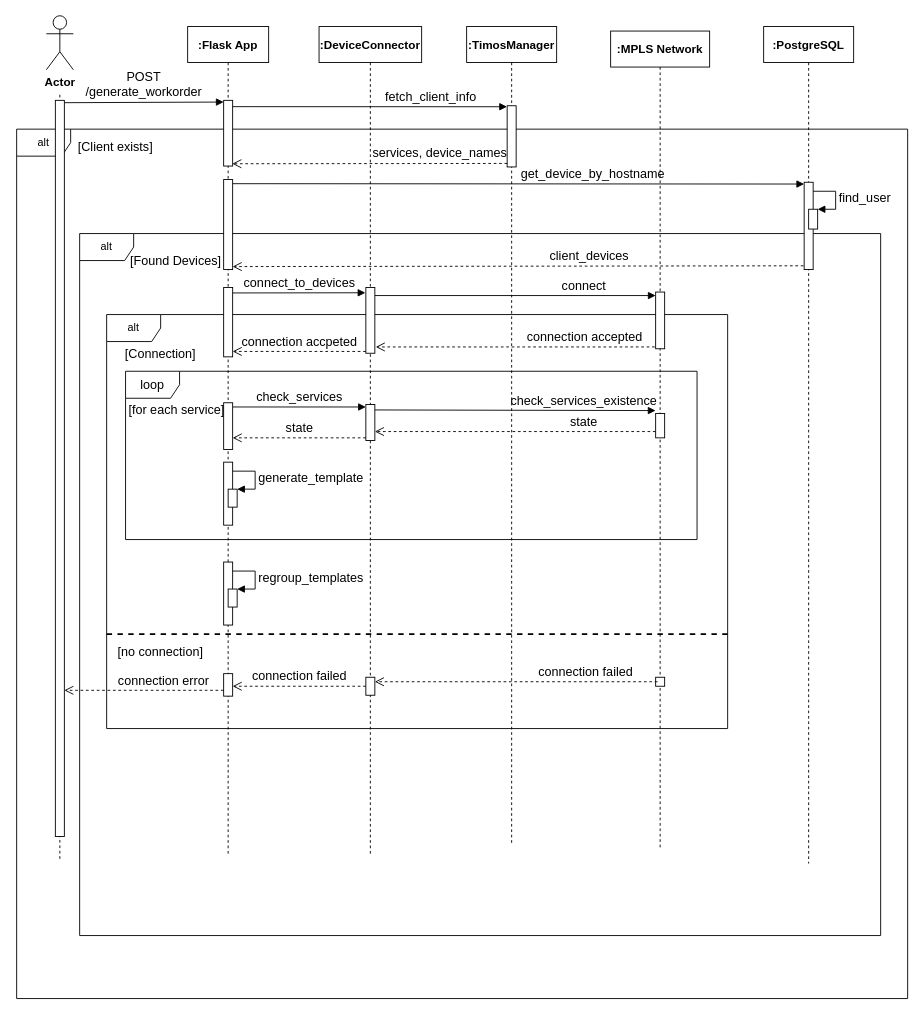
Before: sequence_generate_workorder.drawio in DrXneaky/Diagram, a draw.io diagram. Source tidied: cells renumbered, new cells numbered last; positions are measured from the earlier drawing's top-left corner, leaving out a move shared by most shapes. Both pictures are drawn from the tidied source at 90%, with x=0, y=0 at pixel (16, 15).
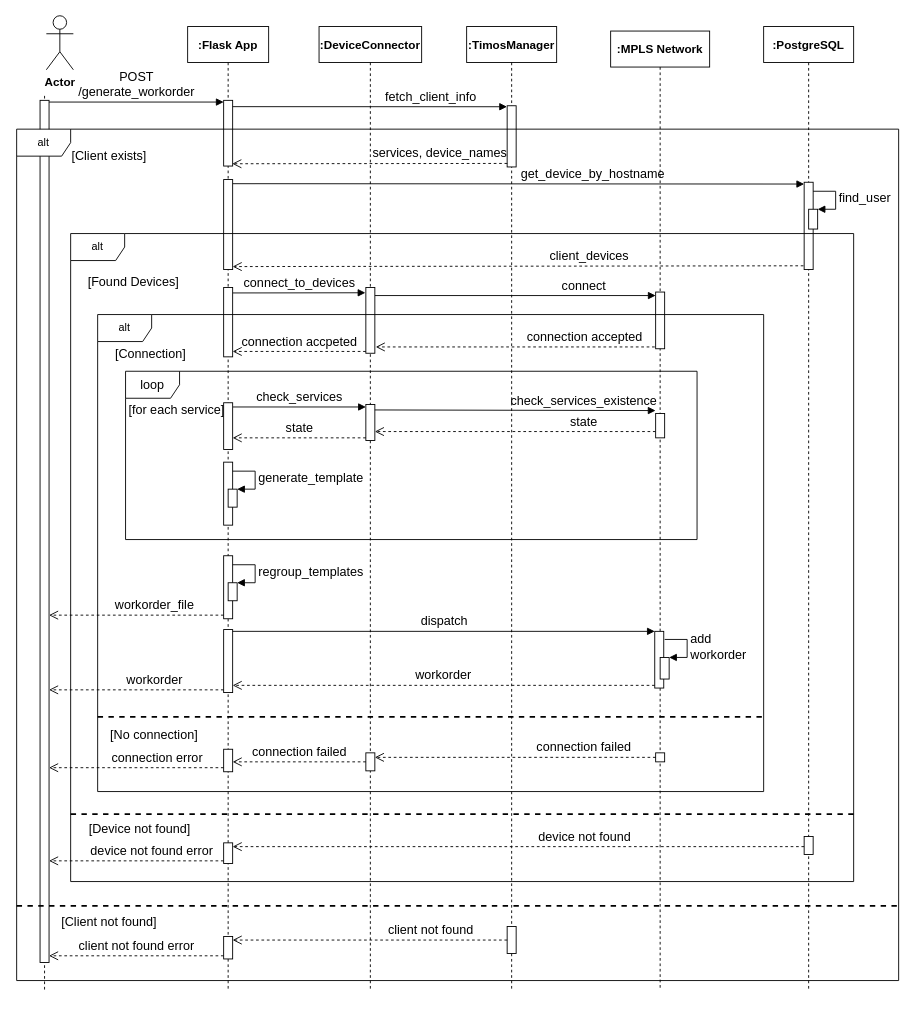
Above is the later version.

Change to the diagram source:
```diff
@@
-    <mxCell id="2" value="alt" style="shape=umlFrame;whiteSpace=wrap;html=1;" parent="1" vertex="1">
-      <mxGeometry y="126" width="990" height="966" as="geometry" />
-    </mxCell>
-    <mxCell id="3" value="alt" style="shape=umlFrame;whiteSpace=wrap;html=1;" parent="1" vertex="1">
-      <mxGeometry x="70" y="242" width="890" height="780" as="geometry" />
-    </mxCell>
-    <mxCell id="4" value="alt" style="shape=umlFrame;whiteSpace=wrap;html=1;" parent="1" vertex="1">
-      <mxGeometry x="100" y="332" width="690" height="460" as="geometry" />
-    </mxCell>
     <mxCell id="5" style="endArrow=none;dashed=1;html=1;" parent="1" edge="1">
       <mxGeometry relative="1" as="geometry">
-        <mxPoint x="48" y="936.8" as="sourcePoint" />
-        <mxPoint x="48" y="87" as="targetPoint" />
+        <mxPoint x="31" y="1082" as="sourcePoint" />
+        <mxPoint x="31" y="87" as="targetPoint" />
         <Array as="points">
-          <mxPoint x="48" y="177" />
+          <mxPoint x="31" y="177" />
         </Array>
       </mxGeometry>
     </mxCell>
     <mxCell id="6" value="&lt;font style=&quot;font-size: 13px&quot; face=&quot;Old Standard TT&quot;&gt;&lt;b&gt;:DeviceConnector&lt;/b&gt;&lt;/font&gt;" style="shape=umlLifeline;perimeter=lifelinePerimeter;whiteSpace=wrap;html=1;" parent="1" vertex="1">
-      <mxGeometry x="336" y="12" width="114" height="920" as="geometry" />
+      <mxGeometry x="336" y="12" width="114" height="1070" as="geometry" />
     </mxCell>
@@
     <mxCell id="15" style="html=1;points=[];perimeter=orthogonalPerimeter;strokeWidth=1;fontFamily=Old Standard TT;fontSize=14;" parent="6" vertex="1">
-      <mxGeometry x="52" y="723" width="10" height="20" as="geometry" />
+      <mxGeometry x="52" y="807" width="10" height="20" as="geometry" />
     </mxCell>
     <mxCell id="16" value="&lt;font face=&quot;Old Standard TT&quot; size=&quot;1&quot;&gt;&lt;b style=&quot;font-size: 13px&quot;&gt;:PostgreSQL&lt;/b&gt;&lt;/font&gt;" style="shape=umlLifeline;perimeter=lifelinePerimeter;whiteSpace=wrap;html=1;" parent="1" vertex="1">
-      <mxGeometry x="830" y="12" width="100" height="930" as="geometry" />
+      <mxGeometry x="830" y="12" width="100" height="1070" as="geometry" />
     </mxCell>
@@
+    <mxCell id="57" style="html=1;perimeter=orthogonalPerimeter;strokeWidth=1;fontFamily=Old Standard TT;fontSize=14;" parent="16" vertex="1">
+      <mxGeometry x="45" y="900" width="10" height="20" as="geometry" />
+    </mxCell>
@@
     <mxCell id="19" value="&lt;font face=&quot;Old Standard TT&quot; style=&quot;font-size: 13px&quot;&gt;&lt;b&gt;:TimosManager&lt;/b&gt;&lt;/font&gt;" style="shape=umlLifeline;perimeter=lifelinePerimeter;whiteSpace=wrap;html=1;" parent="1" vertex="1">
-      <mxGeometry x="500" y="12" width="100" height="910" as="geometry" />
+      <mxGeometry x="500" y="12" width="100" height="1070" as="geometry" />
     </mxCell>
@@
+    <mxCell id="58" style="html=1;points=[];perimeter=orthogonalPerimeter;strokeWidth=1;fontFamily=Old Standard TT;fontSize=14;" parent="19" vertex="1">
+      <mxGeometry x="45" y="1000" width="10" height="30" as="geometry" />
+    </mxCell>
     <mxCell id="21" value="&lt;font face=&quot;Old Standard TT&quot; size=&quot;1&quot;&gt;&lt;b style=&quot;font-size: 13px&quot;&gt;:MPLS Network&lt;/b&gt;&lt;/font&gt;" style="shape=umlLifeline;perimeter=lifelinePerimeter;whiteSpace=wrap;html=1;" parent="1" vertex="1">
-      <mxGeometry x="660" y="17" width="110" height="910" as="geometry" />
+      <mxGeometry x="660" y="17" width="110" height="1065" as="geometry" />
     </mxCell>
@@
     <mxCell id="25" style="html=1;points=[];perimeter=orthogonalPerimeter;strokeWidth=1;fontFamily=Old Standard TT;fontSize=14;" parent="21" vertex="1">
-      <mxGeometry x="50" y="718" width="10" height="10" as="geometry" />
+      <mxGeometry x="50" y="802" width="10" height="10" as="geometry" />
     </mxCell>
+    <mxCell id="59" style="html=1;points=[];perimeter=orthogonalPerimeter;strokeWidth=1;fontFamily=Old Standard TT;fontSize=14;" parent="21" vertex="1">
+      <mxGeometry x="49" y="667" width="10" height="63" as="geometry" />
+    </mxCell>
+    <mxCell id="60" value="workorder" style="html=1;verticalAlign=bottom;endArrow=open;dashed=1;endSize=8;exitX=0;exitY=0.95;labelBackgroundColor=none;fontFamily=Old Standard TT;fontSize=14;" parent="21" edge="1" target="63">
+      <mxGeometry relative="1" as="geometry">
+        <mxPoint x="49" y="727" as="sourcePoint" />
+      </mxGeometry>
+    </mxCell>
+    <mxCell id="61" style="html=1;points=[];perimeter=orthogonalPerimeter;strokeWidth=1;fontFamily=Old Standard TT;fontSize=14;" parent="21" vertex="1">
+      <mxGeometry x="55" y="696" width="10" height="24" as="geometry" />
+    </mxCell>
+    <mxCell id="62" value="add &lt;br&gt;workorder" style="edgeStyle=orthogonalEdgeStyle;html=1;align=left;spacingLeft=2;endArrow=block;rounded=0;entryX=1;entryY=0;labelBackgroundColor=none;fontFamily=Old Standard TT;fontSize=14;" parent="21" edge="1" target="61">
+      <mxGeometry relative="1" as="geometry">
+        <mxPoint x="60" y="676" as="sourcePoint" />
+        <Array as="points">
+          <mxPoint x="85" y="676" />
+        </Array>
+      </mxGeometry>
+    </mxCell>
     <mxCell id="26" style="html=1;points=[];perimeter=orthogonalPerimeter;strokeWidth=1;fillColor=#ffffff;" parent="1" vertex="1">
-      <mxGeometry x="43" y="94" width="10" height="818" as="geometry" />
+      <mxGeometry x="26" y="94" width="10" height="958" as="geometry" />
     </mxCell>
-    <mxCell id="27" value="&lt;font style=&quot;font-size: 14px&quot; face=&quot;Old Standard TT&quot;&gt;POST &lt;br&gt;/generate_workorder&lt;/font&gt;" style="html=1;verticalAlign=bottom;startArrow=none;endArrow=block;startSize=8;exitX=1.02;exitY=0.007;exitDx=0;exitDy=0;exitPerimeter=0;startFill=0;labelBackgroundColor=none;entryX=0;entryY=0.037;entryDx=0;entryDy=0;entryPerimeter=0;" parent="1" edge="1">
+    <mxCell id="27" value="&lt;font style=&quot;font-size: 14px&quot; face=&quot;Old Standard TT&quot;&gt;POST &lt;br&gt;/generate_workorder&lt;/font&gt;" style="html=1;verticalAlign=bottom;startArrow=none;endArrow=block;startSize=8;startFill=0;labelBackgroundColor=none;entryX=0;entryY=0.037;entryDx=0;entryDy=0;entryPerimeter=0;" parent="1" edge="1" source="26">
       <mxGeometry relative="1" as="geometry">
-        <mxPoint x="53.2" y="96.6" as="sourcePoint" />
         <mxPoint x="230" y="95.9" as="targetPoint" />
       </mxGeometry>
     </mxCell>
@@
     <mxCell id="33" value="[Client exists]" style="text;align=center;fontStyle=0;verticalAlign=middle;spacingLeft=3;spacingRight=3;strokeColor=none;fontSize=14;fontFamily=Old Standard TT;" parent="1" vertex="1">
-      <mxGeometry x="70" y="132" width="80" height="26" as="geometry" />
+      <mxGeometry x="63" y="142" width="80" height="26" as="geometry" />
     </mxCell>
     <mxCell id="34" value="[Found Devices]" style="text;align=center;fontStyle=0;verticalAlign=middle;spacingLeft=3;spacingRight=3;strokeColor=none;fontSize=14;fontFamily=Old Standard TT;" parent="1" vertex="1">
-      <mxGeometry x="137" y="258" width="80" height="26" as="geometry" />
+      <mxGeometry x="90" y="282" width="80" height="26" as="geometry" />
     </mxCell>
@@
     <mxCell id="37" value="&lt;font face=&quot;Old Standard TT&quot; style=&quot;font-size: 13px&quot;&gt;&lt;b&gt;:Flask App&lt;/b&gt;&lt;/font&gt;" style="shape=umlLifeline;perimeter=lifelinePerimeter;whiteSpace=wrap;html=1;" parent="1" vertex="1">
-      <mxGeometry x="190" y="12" width="90" height="920" as="geometry" />
+      <mxGeometry x="190" y="12" width="90" height="1070" as="geometry" />
     </mxCell>
@@
     <mxCell id="46" style="html=1;points=[];perimeter=orthogonalPerimeter;strokeWidth=1;fontFamily=Old Standard TT;fontSize=14;" parent="37" vertex="1">
-      <mxGeometry x="40" y="719" width="10" height="25" as="geometry" />
+      <mxGeometry x="40" y="803" width="10" height="25" as="geometry" />
     </mxCell>
+    <mxCell id="63" style="html=1;points=[];perimeter=orthogonalPerimeter;strokeWidth=1;fontFamily=Old Standard TT;fontSize=14;" parent="37" vertex="1">
+      <mxGeometry x="40" y="670" width="10" height="70" as="geometry" />
+    </mxCell>
+    <mxCell id="64" style="html=1;perimeter=orthogonalPerimeter;strokeWidth=1;fontFamily=Old Standard TT;fontSize=14;" parent="37" vertex="1">
+      <mxGeometry x="40" y="907" width="10" height="23" as="geometry" />
+    </mxCell>
+    <mxCell id="65" style="html=1;points=[];perimeter=orthogonalPerimeter;strokeWidth=1;fontFamily=Old Standard TT;fontSize=14;" parent="37" vertex="1">
+      <mxGeometry x="40" y="1011" width="10" height="25" as="geometry" />
+    </mxCell>
-    <mxCell id="47" value="connection failed" style="html=1;verticalAlign=bottom;endArrow=open;dashed=1;endSize=8;labelBackgroundColor=none;fontFamily=Old Standard TT;fontSize=14;" parent="1" edge="1" target="15">
-      <mxGeometry x="-0.49" relative="1" as="geometry">
-        <mxPoint x="712" y="740" as="sourcePoint" />
-      </mxGeometry>
+    <mxCell id="47" value="connection failed" style="html=1;verticalAlign=bottom;endArrow=open;dashed=1;endSize=8;labelBackgroundColor=none;fontFamily=Old Standard TT;fontSize=14;" parent="1" edge="1" source="25" target="15">
+      <mxGeometry x="-0.49" relative="1" as="geometry" />
     </mxCell>
-    <mxCell id="48" value="connection error" style="html=1;verticalAlign=bottom;endArrow=open;dashed=1;endSize=8;labelBackgroundColor=none;fontFamily=Old Standard TT;fontSize=14;" parent="1" edge="1" source="46">
+    <mxCell id="48" value="connection error" style="html=1;verticalAlign=bottom;endArrow=open;dashed=1;endSize=8;labelBackgroundColor=none;fontFamily=Old Standard TT;fontSize=14;" parent="1" edge="1">
       <mxGeometry x="-0.24" relative="1" as="geometry">
-        <mxPoint x="53" y="749.5" as="targetPoint" />
+        <mxPoint x="230" y="835.5" as="sourcePoint" />
+        <mxPoint x="36" y="835.5" as="targetPoint" />
       </mxGeometry>
     </mxCell>
     <mxCell id="49" style="html=1;perimeter=orthogonalPerimeter;strokeWidth=1;fontFamily=Old Standard TT;fontSize=14;" parent="1" vertex="1">
-      <mxGeometry x="230" y="607" width="10" height="70" as="geometry" />
+      <mxGeometry x="230" y="600" width="10" height="70" as="geometry" />
     </mxCell>
     <mxCell id="50" style="html=1;points=[];perimeter=orthogonalPerimeter;strokeWidth=1;fontFamily=Old Standard TT;fontSize=14;" parent="1" vertex="1">
-      <mxGeometry x="235" y="637" width="10" height="20" as="geometry" />
+      <mxGeometry x="235" y="630" width="10" height="20" as="geometry" />
     </mxCell>
     <mxCell id="51" value="regroup_templates" style="edgeStyle=orthogonalEdgeStyle;html=1;align=left;spacingLeft=2;endArrow=block;rounded=0;entryX=1;entryY=0;labelBackgroundColor=none;fontFamily=Old Standard TT;fontSize=14;" parent="1" edge="1" target="50">
       <mxGeometry relative="1" as="geometry">
-        <mxPoint x="240" y="617" as="sourcePoint" />
+        <mxPoint x="240" y="610" as="sourcePoint" />
         <Array as="points">
-          <mxPoint x="265" y="617" />
+          <mxPoint x="265" y="610" />
         </Array>
       </mxGeometry>
     </mxCell>
     <mxCell id="52" value="[Connection]" style="text;align=center;fontStyle=0;verticalAlign=middle;spacingLeft=3;spacingRight=3;strokeColor=none;fontSize=14;fontFamily=Old Standard TT;" parent="1" vertex="1">
-      <mxGeometry x="120" y="362" width="80" height="26" as="geometry" />
+      <mxGeometry x="109" y="362" width="80" height="26" as="geometry" />
     </mxCell>
@@
-    <mxCell id="54" value="[no connection]" style="text;align=center;fontStyle=0;verticalAlign=middle;spacingLeft=3;spacingRight=3;strokeColor=none;fontSize=14;fontFamily=Old Standard TT;" parent="1" vertex="1">
-      <mxGeometry x="120" y="693" width="80" height="26" as="geometry" />
+    <mxCell id="54" value="[No connection]" style="text;align=center;fontStyle=0;verticalAlign=middle;spacingLeft=3;spacingRight=3;strokeColor=none;fontSize=14;fontFamily=Old Standard TT;" parent="1" vertex="1">
+      <mxGeometry x="113" y="785" width="80" height="26" as="geometry" />
     </mxCell>
     <mxCell id="55" style="line;strokeWidth=2;fillColor=none;align=left;verticalAlign=middle;spacingTop=-1;spacingLeft=3;spacingRight=3;labelPosition=right;fontFamily=Old Standard TT;fontSize=14;dashed=1;" parent="1" vertex="1">
-      <mxGeometry x="100" y="683" width="690" height="8" as="geometry" />
+      <mxGeometry x="90" y="775" width="740" height="8" as="geometry" />
     </mxCell>
@@
+    <mxCell id="66" value="dispatch" style="html=1;verticalAlign=bottom;endArrow=block;entryX=0;entryY=0;labelBackgroundColor=none;fontFamily=Old Standard TT;fontSize=14;" parent="1" edge="1" source="63" target="59">
+      <mxGeometry relative="1" as="geometry" />
+    </mxCell>
+    <mxCell id="67" value="workorder_file" style="html=1;verticalAlign=bottom;endArrow=open;dashed=1;endSize=8;labelBackgroundColor=none;fontFamily=Old Standard TT;fontSize=14;" parent="1" edge="1" target="26">
+      <mxGeometry x="-0.21" relative="1" as="geometry">
+        <mxPoint x="230" y="666" as="sourcePoint" />
+      </mxGeometry>
+    </mxCell>
+    <mxCell id="68" value="workorder" style="html=1;verticalAlign=bottom;endArrow=open;dashed=1;endSize=8;labelBackgroundColor=none;fontFamily=Old Standard TT;fontSize=14;" parent="1" edge="1" target="26">
+      <mxGeometry x="-0.21" relative="1" as="geometry">
+        <mxPoint x="230" y="749" as="sourcePoint" />
+      </mxGeometry>
+    </mxCell>
+    <mxCell id="69" style="line;strokeWidth=2;fillColor=none;align=left;verticalAlign=middle;spacingTop=-1;spacingLeft=3;spacingRight=3;labelPosition=right;fontFamily=Old Standard TT;fontSize=14;dashed=1;" parent="1" vertex="1">
+      <mxGeometry x="60" y="883" width="870" height="8" as="geometry" />
+    </mxCell>
+    <mxCell id="70" value="[Device not found]" style="text;align=center;fontStyle=0;verticalAlign=middle;spacingLeft=3;spacingRight=3;strokeColor=none;fontSize=14;fontFamily=Old Standard TT;" parent="1" vertex="1">
+      <mxGeometry x="77" y="890" width="120" height="26" as="geometry" />
+    </mxCell>
+    <mxCell id="71" value="device not found" style="html=1;verticalAlign=bottom;endArrow=open;dashed=1;endSize=8;labelBackgroundColor=none;fontFamily=Old Standard TT;fontSize=14;" parent="1" edge="1">
+      <mxGeometry x="-0.23" relative="1" as="geometry">
+        <mxPoint x="875" y="923.2" as="sourcePoint" />
+        <mxPoint x="240" y="923.2" as="targetPoint" />
+      </mxGeometry>
+    </mxCell>
+    <mxCell id="72" value="device not found error" style="html=1;verticalAlign=bottom;endArrow=open;dashed=1;endSize=8;labelBackgroundColor=none;fontFamily=Old Standard TT;fontSize=14;" parent="1" edge="1" target="26">
+      <mxGeometry x="-0.18" relative="1" as="geometry">
+        <mxPoint x="230" y="939" as="sourcePoint" />
+      </mxGeometry>
+    </mxCell>
+    <mxCell id="73" style="line;strokeWidth=2;fillColor=none;align=left;verticalAlign=middle;spacingTop=-1;spacingLeft=3;spacingRight=3;labelPosition=right;fontFamily=Old Standard TT;fontSize=14;dashed=1;" parent="1" vertex="1">
+      <mxGeometry y="985" width="980" height="8" as="geometry" />
+    </mxCell>
+    <mxCell id="74" value="[Client not found]" style="text;align=center;fontStyle=0;verticalAlign=middle;spacingLeft=3;spacingRight=3;strokeColor=none;fontSize=14;fontFamily=Old Standard TT;" parent="1" vertex="1">
+      <mxGeometry x="63" y="993" width="80" height="26" as="geometry" />
+    </mxCell>
+    <mxCell id="75" value="client not found" style="html=1;verticalAlign=bottom;endArrow=open;dashed=1;endSize=8;labelBackgroundColor=none;fontFamily=Old Standard TT;fontSize=14;" parent="1" edge="1" source="58" target="65">
+      <mxGeometry x="-0.44" relative="1" as="geometry" />
+    </mxCell>
+    <mxCell id="76" value="client not found error" style="html=1;verticalAlign=bottom;endArrow=open;dashed=1;endSize=8;labelBackgroundColor=none;fontFamily=Old Standard TT;fontSize=14;" parent="1" edge="1">
+      <mxGeometry relative="1" as="geometry">
+        <mxPoint x="230" y="1044.5" as="sourcePoint" />
+        <mxPoint x="36" y="1044.5" as="targetPoint" />
+      </mxGeometry>
+    </mxCell>
+    <mxCell id="4" value="alt" style="shape=umlFrame;whiteSpace=wrap;html=1;" parent="1" vertex="1">
+      <mxGeometry x="90" y="332" width="740" height="530" as="geometry" />
+    </mxCell>
+    <mxCell id="3" value="alt" style="shape=umlFrame;whiteSpace=wrap;html=1;" parent="1" vertex="1">
+      <mxGeometry x="60" y="242" width="870" height="720" as="geometry" />
+    </mxCell>
+    <mxCell id="2" value="alt" style="shape=umlFrame;whiteSpace=wrap;html=1;" parent="1" vertex="1">
+      <mxGeometry y="126" width="980" height="946" as="geometry" />
+    </mxCell>
```
